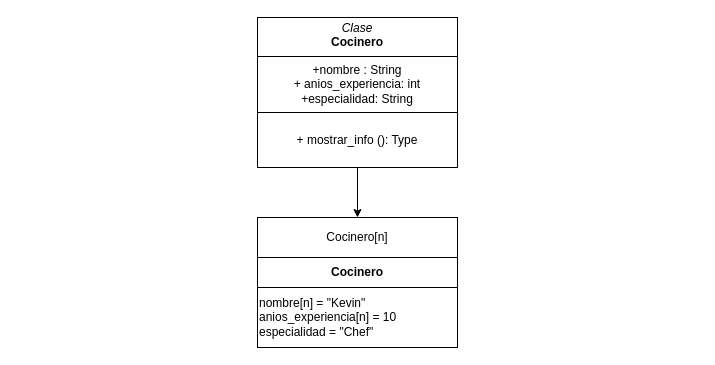
The draw.io diagram Uml_Cocinero.drawio in KevinSimbana04/Semana03_POO, before the edit. Source tidied: cells renumbered, new cells numbered last; positions are measured from the earlier drawing's top-left corner, leaving out a move shared by most shapes. Both pictures are drawn from the tidied source at 100%, with x=0, y=0 at pixel (257, 17).
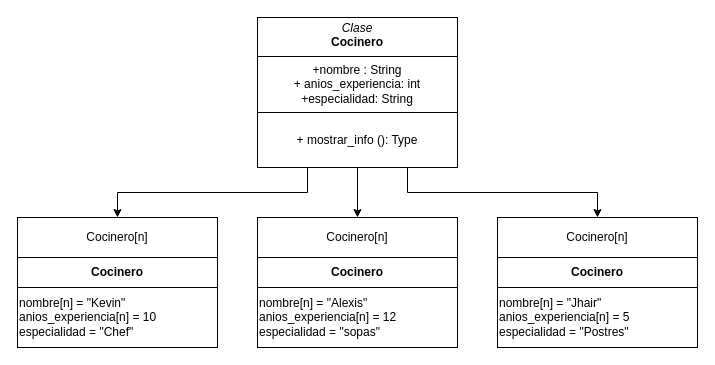
Above is the later version.

Diff of the diagram source:
```diff
@@
 <mxGraphModel>
   <root>
     <mxCell id="0" />
     <mxCell id="1" parent="0" />
     <mxCell id="2" value="Cocinero[n]" style="html=1;whiteSpace=wrap;" parent="1" vertex="1">
       <mxGeometry y="200" width="200" height="40" as="geometry" />
     </mxCell>
     <mxCell id="3" style="edgeStyle=orthogonalEdgeStyle;rounded=0;jettySize=auto;html=1;exitX=0.5;exitY=1;exitDx=0;exitDy=0;" parent="1" edge="1" source="4" target="2">
       <mxGeometry relative="1" as="geometry" />
     </mxCell>
+    <mxCell id="7" style="edgeStyle=orthogonalEdgeStyle;rounded=0;jettySize=auto;html=1;exitX=0.25;exitY=1;exitDx=0;exitDy=0;" parent="1" edge="1" source="4" target="12">
+      <mxGeometry relative="1" as="geometry" />
+    </mxCell>
+    <mxCell id="8" style="edgeStyle=orthogonalEdgeStyle;rounded=0;jettySize=auto;html=1;exitX=0.75;exitY=1;exitDx=0;exitDy=0;entryX=0.5;entryY=0;entryDx=0;entryDy=0;" parent="1" edge="1" source="4" target="9">
+      <mxGeometry relative="1" as="geometry" />
+    </mxCell>
     <mxCell id="4" value="&lt;p style=&quot;margin:0px;margin-top:4px;text-align:center;&quot;&gt;&lt;i&gt;Clase&lt;/i&gt;&lt;br&gt;&lt;b&gt;Cocinero&lt;/b&gt;&lt;/p&gt;&lt;hr size=&quot;1&quot; style=&quot;border-style:solid;&quot;&gt;&lt;p style=&quot;margin:0px;margin-left:4px;&quot;&gt;&lt;/p&gt;&lt;div style=&quot;text-align: center;&quot;&gt;&lt;span style=&quot;background-color: transparent; color: light-dark(rgb(0, 0, 0), rgb(255, 255, 255));&quot;&gt;+nombre : String&lt;/span&gt;&lt;/div&gt;&lt;div style=&quot;text-align: center;&quot;&gt;&lt;span style=&quot;background-color: transparent; color: light-dark(rgb(0, 0, 0), rgb(255, 255, 255));&quot;&gt;+ anios_experiencia: int&lt;/span&gt;&lt;/div&gt;&lt;div style=&quot;text-align: center;&quot;&gt;&lt;span style=&quot;background-color: transparent; color: light-dark(rgb(0, 0, 0), rgb(255, 255, 255));&quot;&gt;+especialidad: String&lt;/span&gt;&lt;/div&gt;&lt;hr size=&quot;1&quot; style=&quot;border-style:solid;&quot;&gt;&lt;p style=&quot;margin:0px;margin-left:4px;&quot;&gt;&lt;/p&gt;&lt;div style=&quot;text-align: center;&quot;&gt;&lt;span style=&quot;background-color: transparent; color: light-dark(rgb(0, 0, 0), rgb(255, 255, 255));&quot;&gt;&lt;br&gt;&lt;/span&gt;&lt;/div&gt;&lt;div style=&quot;text-align: center;&quot;&gt;&lt;span style=&quot;background-color: transparent; color: light-dark(rgb(0, 0, 0), rgb(255, 255, 255));&quot;&gt;+ mostrar_info (): Type&lt;/span&gt;&lt;/div&gt;&lt;br&gt;&lt;p&gt;&lt;/p&gt;" style="verticalAlign=top;align=left;overflow=fill;html=1;whiteSpace=wrap;" parent="1" vertex="1">
       <mxGeometry width="200" height="150" as="geometry" />
     </mxCell>
     <mxCell id="5" value="&lt;b&gt;Cocinero&lt;/b&gt;" style="html=1;whiteSpace=wrap;" parent="1" vertex="1">
       <mxGeometry y="240" width="200" height="30" as="geometry" />
     </mxCell>
-    <mxCell id="6" value="nombre[n] = &quot;Kevin&quot;&lt;div&gt;anios_experiencia[n] = 10&lt;/div&gt;&lt;div&gt;especialidad = &quot;Chef&quot;&lt;/div&gt;" style="html=1;whiteSpace=wrap;align=left;" parent="1" vertex="1">
+    <mxCell id="6" value="nombre[n] = &quot;Alexis&quot;&lt;div&gt;anios_experiencia[n] = 12&lt;/div&gt;&lt;div&gt;especialidad = &quot;sopas&quot;&lt;/div&gt;" style="html=1;whiteSpace=wrap;align=left;" parent="1" vertex="1">
       <mxGeometry y="270" width="200" height="60" as="geometry" />
     </mxCell>
+    <mxCell id="9" value="Cocinero[n]" style="html=1;whiteSpace=wrap;" parent="1" vertex="1">
+      <mxGeometry x="240" y="200" width="200" height="40" as="geometry" />
+    </mxCell>
+    <mxCell id="10" value="&lt;b&gt;Cocinero&lt;/b&gt;" style="html=1;whiteSpace=wrap;" parent="1" vertex="1">
+      <mxGeometry x="240" y="240" width="200" height="30" as="geometry" />
+    </mxCell>
+    <mxCell id="11" value="nombre[n] = &quot;Jhair&quot;&lt;div&gt;anios_experiencia[n] = 5&lt;/div&gt;&lt;div&gt;&lt;span style=&quot;background-color: transparent; color: light-dark(rgb(0, 0, 0), rgb(255, 255, 255));&quot;&gt;especialidad = &quot;Postres&quot;&lt;/span&gt;&lt;/div&gt;" style="html=1;whiteSpace=wrap;align=left;" parent="1" vertex="1">
+      <mxGeometry x="240" y="270" width="200" height="60" as="geometry" />
+    </mxCell>
+    <mxCell id="12" value="Cocinero[n]" style="html=1;whiteSpace=wrap;" parent="1" vertex="1">
+      <mxGeometry x="-240" y="200" width="200" height="40" as="geometry" />
+    </mxCell>
+    <mxCell id="13" value="&lt;b&gt;Cocinero&lt;/b&gt;" style="html=1;whiteSpace=wrap;" parent="1" vertex="1">
+      <mxGeometry x="-240" y="240" width="200" height="30" as="geometry" />
+    </mxCell>
+    <mxCell id="14" value="nombre[n] = &quot;Kevin&quot;&lt;div&gt;anios_experiencia[n] = 10&lt;/div&gt;&lt;div&gt;especialidad = &quot;Chef&quot;&lt;/div&gt;" style="html=1;whiteSpace=wrap;align=left;" parent="1" vertex="1">
+      <mxGeometry x="-240" y="270" width="200" height="60" as="geometry" />
+    </mxCell>
   </root>
 </mxGraphModel>
```
